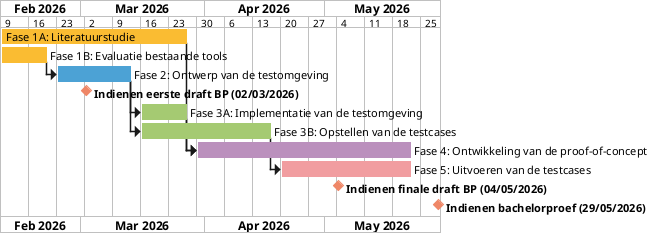
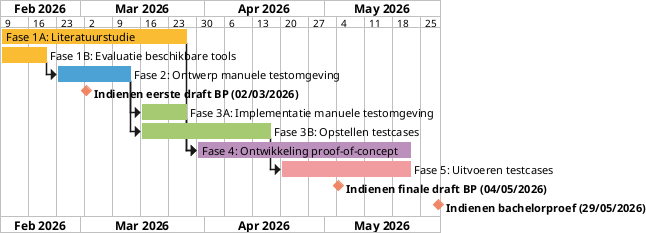
@startgantt p2a_gantt
<style>
ganttDiagram {
  FontName Montserrat
  milestone {
    FontStyle bold
  }
  separator {
    FontStyle bold
  }
}
</style>

Project starts 2026-02-09
printscale weekly with calendar date

[Fase 1A: Literatuurstudie] starts 2026-02-09 and ends 2026-03-27
[Fase 1A: Literatuurstudie] is colored in #FABC32

- [Fase 1B: Evaluatie bestaande tools] starts 2026-02-09 and ends 2026-02-20
- [Fase 1B: Evaluatie bestaande tools] is colored in #FABC32
+ [Fase 1B: Evaluatie beschikbare tools] starts 2026-02-09 and ends 2026-02-20
+ [Fase 1B: Evaluatie beschikbare tools] is colored in #FABC32

- [Fase 2: Ontwerp van de testomgeving] starts 2026-02-23 and ends 2026-03-13
- [Fase 2: Ontwerp van de testomgeving] is colored in #4CA2D5
- [Fase 2: Ontwerp van de testomgeving] starts after [Fase 1B: Evaluatie bestaande tools]'s end
+ [Fase 2: Ontwerp manuele testomgeving] starts 2026-02-23 and ends 2026-03-13
+ [Fase 2: Ontwerp manuele testomgeving] is colored in #4CA2D5
+ [Fase 2: Ontwerp manuele testomgeving] starts after [Fase 1B: Evaluatie beschikbare tools]'s end

[Indienen eerste draft BP (02/03/2026)] happens 2026-03-02
[Indienen eerste draft BP (02/03/2026)] is colored in #EF8767

- [Fase 3A: Implementatie van de testomgeving] starts 2026-03-16 and ends 2026-03-27
- [Fase 3A: Implementatie van de testomgeving] is colored in #A5CA72
- [Fase 3A: Implementatie van de testomgeving] starts after [Fase 2: Ontwerp van de testomgeving]'s end
+ [Fase 3A: Implementatie manuele testomgeving] starts 2026-03-16 and ends 2026-03-27
+ [Fase 3A: Implementatie manuele testomgeving] is colored in #A5CA72
+ [Fase 3A: Implementatie manuele testomgeving] starts after [Fase 2: Ontwerp manuele testomgeving]'s end

- [Fase 3B: Opstellen van de testcases] starts 2026-03-16 and ends 2026-04-17
- [Fase 3B: Opstellen van de testcases] is colored in #A5CA72
- [Fase 3B: Opstellen van de testcases] starts after [Fase 2: Ontwerp van de testomgeving]'s end
+ [Fase 3B: Opstellen testcases] starts 2026-03-16 and ends 2026-04-17
+ [Fase 3B: Opstellen testcases] is colored in #A5CA72
+ [Fase 3B: Opstellen testcases] starts after [Fase 2: Ontwerp manuele testomgeving]'s end

- [Fase 4: Ontwikkeling van de proof-of-concept] starts 2026-03-30 and ends 2026-05-22
- [Fase 4: Ontwikkeling van de proof-of-concept] is colored in #BB90BD
- [Fase 4: Ontwikkeling van de proof-of-concept] starts after [Fase 1A: Literatuurstudie]'s end
- [Fase 4: Ontwikkeling van de proof-of-concept] starts after [Fase 3A: Implementatie van de testomgeving]'s end
+ [Fase 4: Ontwikkeling proof-of-concept] starts 2026-03-30 and ends 2026-05-22
+ [Fase 4: Ontwikkeling proof-of-concept] is colored in #BB90BD
+ [Fase 4: Ontwikkeling proof-of-concept] starts after [Fase 1A: Literatuurstudie]'s end
+ [Fase 4: Ontwikkeling proof-of-concept] starts after [Fase 3A: Implementatie manuele testomgeving]'s end

- [Fase 5: Uitvoeren van de testcases] starts 2026-04-20 and ends 2026-05-22
- [Fase 5: Uitvoeren van de testcases] is colored in #F19DA0
- [Fase 5: Uitvoeren van de testcases] starts after [Fase 3B: Opstellen van de testcases]'s end
+ [Fase 5: Uitvoeren testcases] starts 2026-04-20 and ends 2026-05-22
+ [Fase 5: Uitvoeren testcases] is colored in #F19DA0
+ [Fase 5: Uitvoeren testcases] starts after [Fase 3B: Opstellen testcases]'s end

[Indienen finale draft BP (04/05/2026)] happens 2026-05-04
[Indienen finale draft BP (04/05/2026)] is colored in #EF8767

[Indienen bachelorproef (29/05/2026)] happens 2026-05-29
[Indienen bachelorproef (29/05/2026)] is colored in #EF8767

@endgantt